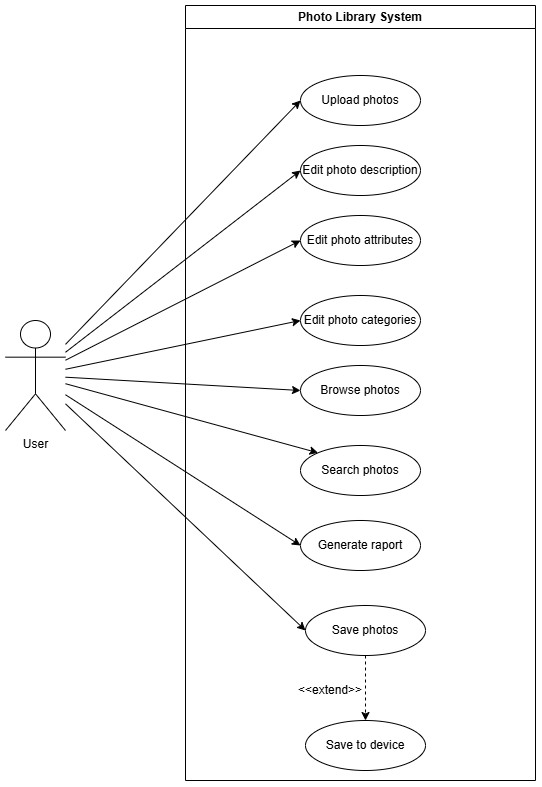
Necer13/2025_TAB_S6_RAKWIC keeps this draw.io diagram as Documentation/UseCasePhotoLibrary.drawio.png. Above is the earlier version. Source tidied: cells renumbered, new cells last; positions are measured from the earlier drawing's top-left corner, leaving out a move shared by most shapes.
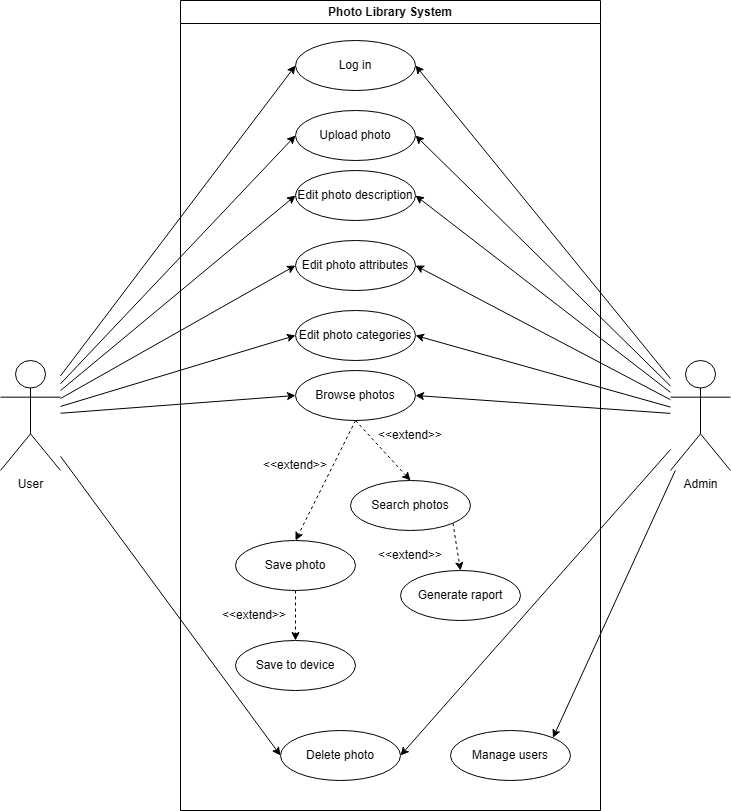
The same diagram one commit later.

Commit message:
Add admin use case

Change to the diagram source:
```diff
@@ -3,44 +3,71 @@
     <mxCell id="0" />
     <mxCell id="1" parent="0" />
     <mxCell id="2" value="Photo Library System" style="swimlane;whiteSpace=wrap;html=1;" parent="1" vertex="1">
-      <mxGeometry x="180" width="350" height="775" as="geometry" />
+      <mxGeometry x="20" y="-85" width="420" height="810" as="geometry" />
     </mxCell>
-    <mxCell id="3" value="Upload photos" style="ellipse;whiteSpace=wrap;html=1;" parent="2" vertex="1">
-      <mxGeometry x="115" y="70" width="120" height="50" as="geometry" />
-    </mxCell>
+    <mxCell id="23" value="Upload photo" style="ellipse;whiteSpace=wrap;html=1;" parent="2" vertex="1">
+      <mxGeometry x="115" y="110" width="120" height="50" as="geometry" />
+    </mxCell>
     <mxCell id="4" value="Edit photo description" style="ellipse;whiteSpace=wrap;html=1;" parent="2" vertex="1">
-      <mxGeometry x="115" y="140" width="120" height="50" as="geometry" />
+      <mxGeometry x="115" y="170" width="120" height="50" as="geometry" />
     </mxCell>
     <mxCell id="5" value="Edit photo attributes" style="ellipse;whiteSpace=wrap;html=1;" parent="2" vertex="1">
-      <mxGeometry x="115" y="210" width="120" height="50" as="geometry" />
+      <mxGeometry x="115" y="240" width="120" height="50" as="geometry" />
     </mxCell>
     <mxCell id="6" value="Edit photo categories" style="ellipse;whiteSpace=wrap;html=1;" parent="2" vertex="1">
-      <mxGeometry x="115" y="290" width="120" height="50" as="geometry" />
+      <mxGeometry x="115" y="310" width="120" height="50" as="geometry" />
     </mxCell>
+    <mxCell id="24" style="rounded=0;jettySize=auto;html=1;exitX=0.5;exitY=1;exitDx=0;exitDy=0;entryX=0.5;entryY=0;entryDx=0;entryDy=0;dashed=1;" parent="2" edge="1" source="7" target="8">
+      <mxGeometry relative="1" as="geometry" />
+    </mxCell>
+    <mxCell id="25" style="rounded=0;jettySize=auto;html=1;exitX=0.5;exitY=1;exitDx=0;exitDy=0;entryX=0.5;entryY=0;entryDx=0;entryDy=0;dashed=1;" parent="2" edge="1" source="7" target="29">
+      <mxGeometry relative="1" as="geometry" />
+    </mxCell>
     <mxCell id="7" value="Browse photos" style="ellipse;whiteSpace=wrap;html=1;" parent="2" vertex="1">
-      <mxGeometry x="115" y="360" width="120" height="50" as="geometry" />
+      <mxGeometry x="115" y="370" width="120" height="50" as="geometry" />
     </mxCell>
+    <mxCell id="26" style="rounded=0;jettySize=auto;html=1;exitX=1;exitY=1;exitDx=0;exitDy=0;entryX=0.5;entryY=0;entryDx=0;entryDy=0;dashed=1;" parent="2" edge="1" source="8" target="13">
+      <mxGeometry relative="1" as="geometry" />
+    </mxCell>
     <mxCell id="8" value="Search photos" style="ellipse;whiteSpace=wrap;html=1;" parent="2" vertex="1">
-      <mxGeometry x="115" y="440" width="120" height="50" as="geometry" />
+      <mxGeometry x="170" y="480" width="120" height="50" as="geometry" />
     </mxCell>
-    <mxCell id="9" style="rounded=0;jettySize=auto;html=1;exitX=0.5;exitY=1;exitDx=0;exitDy=0;entryX=0.5;entryY=0;entryDx=0;entryDy=0;dashed=1;" parent="2" edge="1" source="10" target="11">
-      <mxGeometry relative="1" as="geometry" />
-    </mxCell>
-    <mxCell id="10" value="Save photos" style="ellipse;whiteSpace=wrap;html=1;" parent="2" vertex="1">
-      <mxGeometry x="120" y="600" width="120" height="50" as="geometry" />
-    </mxCell>
+    <mxCell id="27" value="&amp;lt;&amp;lt;extend&amp;gt;&amp;gt;" style="text;html=1;align=center;verticalAlign=middle;whiteSpace=wrap;rounded=0;" parent="2" vertex="1">
+      <mxGeometry x="200" y="420" width="60" height="30" as="geometry" />
+    </mxCell>
+    <mxCell id="28" style="rounded=0;jettySize=auto;html=1;exitX=0.5;exitY=1;exitDx=0;exitDy=0;entryX=0.5;entryY=0;entryDx=0;entryDy=0;dashed=1;" parent="2" edge="1" source="29" target="11">
+      <mxGeometry relative="1" as="geometry" />
+    </mxCell>
+    <mxCell id="29" value="Save photo" style="ellipse;whiteSpace=wrap;html=1;" parent="2" vertex="1">
+      <mxGeometry x="55" y="540" width="120" height="50" as="geometry" />
+    </mxCell>
+    <mxCell id="30" value="&amp;lt;&amp;lt;extend&amp;gt;&amp;gt;" style="text;html=1;align=center;verticalAlign=middle;whiteSpace=wrap;rounded=0;" parent="2" vertex="1">
+      <mxGeometry x="85" y="450" width="60" height="30" as="geometry" />
+    </mxCell>
     <mxCell id="11" value="Save to device" style="ellipse;whiteSpace=wrap;html=1;" parent="2" vertex="1">
-      <mxGeometry x="120" y="715" width="120" height="50" as="geometry" />
+      <mxGeometry x="55" y="640" width="120" height="50" as="geometry" />
     </mxCell>
-    <mxCell id="12" value="&amp;lt;&amp;lt;extend&amp;gt;&amp;gt;" style="text;html=1;align=center;verticalAlign=middle;whiteSpace=wrap;rounded=0;" parent="2" vertex="1">
-      <mxGeometry x="115" y="670" width="60" height="30" as="geometry" />
-    </mxCell>
+    <mxCell id="31" value="&amp;lt;&amp;lt;extend&amp;gt;&amp;gt;" style="text;html=1;align=center;verticalAlign=middle;whiteSpace=wrap;rounded=0;" parent="2" vertex="1">
+      <mxGeometry x="44" y="600" width="60" height="30" as="geometry" />
+    </mxCell>
     <mxCell id="13" value="Generate raport" style="ellipse;whiteSpace=wrap;html=1;" parent="2" vertex="1">
-      <mxGeometry x="115" y="515" width="120" height="50" as="geometry" />
+      <mxGeometry x="220" y="570" width="120" height="50" as="geometry" />
     </mxCell>
-    <mxCell id="14" style="rounded=0;jettySize=auto;html=1;entryX=0;entryY=0.5;entryDx=0;entryDy=0;" parent="1" edge="1" source="22" target="3">
-      <mxGeometry relative="1" as="geometry" />
-    </mxCell>
+    <mxCell id="32" value="&amp;lt;&amp;lt;extend&amp;gt;&amp;gt;" style="text;html=1;align=center;verticalAlign=middle;whiteSpace=wrap;rounded=0;" parent="2" vertex="1">
+      <mxGeometry x="200" y="540" width="60" height="30" as="geometry" />
+    </mxCell>
+    <mxCell id="33" value="Log in" style="ellipse;whiteSpace=wrap;html=1;" parent="2" vertex="1">
+      <mxGeometry x="115" y="40" width="120" height="50" as="geometry" />
+    </mxCell>
+    <mxCell id="34" value="Manage users" style="ellipse;whiteSpace=wrap;html=1;" parent="2" vertex="1">
+      <mxGeometry x="270" y="730" width="120" height="50" as="geometry" />
+    </mxCell>
+    <mxCell id="35" value="Delete photo" style="ellipse;whiteSpace=wrap;html=1;" parent="2" vertex="1">
+      <mxGeometry x="100" y="730" width="120" height="50" as="geometry" />
+    </mxCell>
+    <mxCell id="36" style="rounded=0;jettySize=auto;html=1;entryX=0;entryY=0.5;entryDx=0;entryDy=0;" parent="1" edge="1" source="22" target="23">
+      <mxGeometry relative="1" as="geometry" />
+    </mxCell>
     <mxCell id="15" style="edgeStyle=none;shape=connector;rounded=0;jettySize=auto;html=1;entryX=0;entryY=0.5;entryDx=0;entryDy=0;strokeColor=default;align=center;verticalAlign=middle;fontFamily=Helvetica;fontSize=11;fontColor=default;labelBackgroundColor=default;endArrow=classic;" parent="1" edge="1" source="22" target="4">
       <mxGeometry relative="1" as="geometry" />
     </mxCell>
@@ -53,17 +80,41 @@
     <mxCell id="18" style="edgeStyle=none;shape=connector;rounded=0;jettySize=auto;html=1;entryX=0;entryY=0.5;entryDx=0;entryDy=0;strokeColor=default;align=center;verticalAlign=middle;fontFamily=Helvetica;fontSize=11;fontColor=default;labelBackgroundColor=default;endArrow=classic;" parent="1" edge="1" source="22" target="7">
       <mxGeometry relative="1" as="geometry" />
     </mxCell>
-    <mxCell id="19" style="rounded=0;jettySize=auto;html=1;entryX=0;entryY=0.5;entryDx=0;entryDy=0;" parent="1" edge="1" source="22" target="10">
-      <mxGeometry relative="1" as="geometry" />
-    </mxCell>
-    <mxCell id="20" style="rounded=0;jettySize=auto;html=1;entryX=0;entryY=0;entryDx=0;entryDy=0;" parent="1" edge="1" source="22" target="8">
-      <mxGeometry relative="1" as="geometry" />
-    </mxCell>
-    <mxCell id="21" style="rounded=0;jettySize=auto;html=1;entryX=0;entryY=0.5;entryDx=0;entryDy=0;" parent="1" edge="1" source="22" target="13">
-      <mxGeometry relative="1" as="geometry" />
-    </mxCell>
+    <mxCell id="37" style="rounded=0;jettySize=auto;html=1;entryX=0;entryY=0.5;entryDx=0;entryDy=0;" parent="1" edge="1" source="22" target="33">
+      <mxGeometry relative="1" as="geometry" />
+    </mxCell>
+    <mxCell id="38" style="edgeStyle=none;shape=connector;rounded=0;jettySize=auto;html=1;entryX=0;entryY=0.5;entryDx=0;entryDy=0;strokeColor=default;align=center;verticalAlign=middle;fontFamily=Helvetica;fontSize=11;fontColor=default;labelBackgroundColor=default;endArrow=classic;" parent="1" edge="1" source="22" target="35">
+      <mxGeometry relative="1" as="geometry" />
+    </mxCell>
     <mxCell id="22" value="User" style="shape=umlActor;verticalLabelPosition=bottom;verticalAlign=top;html=1;outlineConnect=0;" parent="1" vertex="1">
-      <mxGeometry y="315" width="60" height="110" as="geometry" />
+      <mxGeometry x="-160" y="275" width="60" height="110" as="geometry" />
     </mxCell>
+    <mxCell id="39" style="edgeStyle=none;shape=connector;rounded=0;jettySize=auto;html=1;entryX=1;entryY=0;entryDx=0;entryDy=0;strokeColor=default;align=center;verticalAlign=middle;fontFamily=Helvetica;fontSize=11;fontColor=default;labelBackgroundColor=default;endArrow=classic;" parent="1" edge="1" source="47" target="34">
+      <mxGeometry relative="1" as="geometry" />
+    </mxCell>
+    <mxCell id="40" style="edgeStyle=none;shape=connector;rounded=0;jettySize=auto;html=1;entryX=1;entryY=0.5;entryDx=0;entryDy=0;strokeColor=default;align=center;verticalAlign=middle;fontFamily=Helvetica;fontSize=11;fontColor=default;labelBackgroundColor=default;endArrow=classic;" parent="1" edge="1" source="47" target="7">
+      <mxGeometry relative="1" as="geometry" />
+    </mxCell>
+    <mxCell id="41" style="edgeStyle=none;shape=connector;rounded=0;jettySize=auto;html=1;entryX=1;entryY=0.5;entryDx=0;entryDy=0;strokeColor=default;align=center;verticalAlign=middle;fontFamily=Helvetica;fontSize=11;fontColor=default;labelBackgroundColor=default;endArrow=classic;" parent="1" edge="1" source="47" target="6">
+      <mxGeometry relative="1" as="geometry" />
+    </mxCell>
+    <mxCell id="42" style="edgeStyle=none;shape=connector;rounded=0;jettySize=auto;html=1;entryX=1;entryY=0.5;entryDx=0;entryDy=0;strokeColor=default;align=center;verticalAlign=middle;fontFamily=Helvetica;fontSize=11;fontColor=default;labelBackgroundColor=default;endArrow=classic;" parent="1" edge="1" source="47" target="5">
+      <mxGeometry relative="1" as="geometry" />
+    </mxCell>
+    <mxCell id="43" style="edgeStyle=none;shape=connector;rounded=0;jettySize=auto;html=1;entryX=1;entryY=0.5;entryDx=0;entryDy=0;strokeColor=default;align=center;verticalAlign=middle;fontFamily=Helvetica;fontSize=11;fontColor=default;labelBackgroundColor=default;endArrow=classic;" parent="1" edge="1" source="47" target="4">
+      <mxGeometry relative="1" as="geometry" />
+    </mxCell>
+    <mxCell id="44" style="edgeStyle=none;shape=connector;rounded=0;jettySize=auto;html=1;entryX=1;entryY=0.5;entryDx=0;entryDy=0;strokeColor=default;align=center;verticalAlign=middle;fontFamily=Helvetica;fontSize=11;fontColor=default;labelBackgroundColor=default;endArrow=classic;" parent="1" edge="1" source="47" target="23">
+      <mxGeometry relative="1" as="geometry" />
+    </mxCell>
+    <mxCell id="45" style="edgeStyle=none;shape=connector;rounded=0;jettySize=auto;html=1;entryX=1;entryY=0.5;entryDx=0;entryDy=0;strokeColor=default;align=center;verticalAlign=middle;fontFamily=Helvetica;fontSize=11;fontColor=default;labelBackgroundColor=default;endArrow=classic;" parent="1" edge="1" source="47" target="33">
+      <mxGeometry relative="1" as="geometry" />
+    </mxCell>
+    <mxCell id="46" style="edgeStyle=none;shape=connector;rounded=0;jettySize=auto;html=1;entryX=1;entryY=0.5;entryDx=0;entryDy=0;strokeColor=default;align=center;verticalAlign=middle;fontFamily=Helvetica;fontSize=11;fontColor=default;labelBackgroundColor=default;endArrow=classic;" parent="1" edge="1" source="47" target="35">
+      <mxGeometry relative="1" as="geometry" />
+    </mxCell>
+    <mxCell id="47" value="Admin&lt;div&gt;&lt;br&gt;&lt;/div&gt;" style="shape=umlActor;verticalLabelPosition=bottom;verticalAlign=top;html=1;outlineConnect=0;" parent="1" vertex="1">
+      <mxGeometry x="510" y="275" width="60" height="110" as="geometry" />
+    </mxCell>
   </root>
 </mxGraphModel>
```
